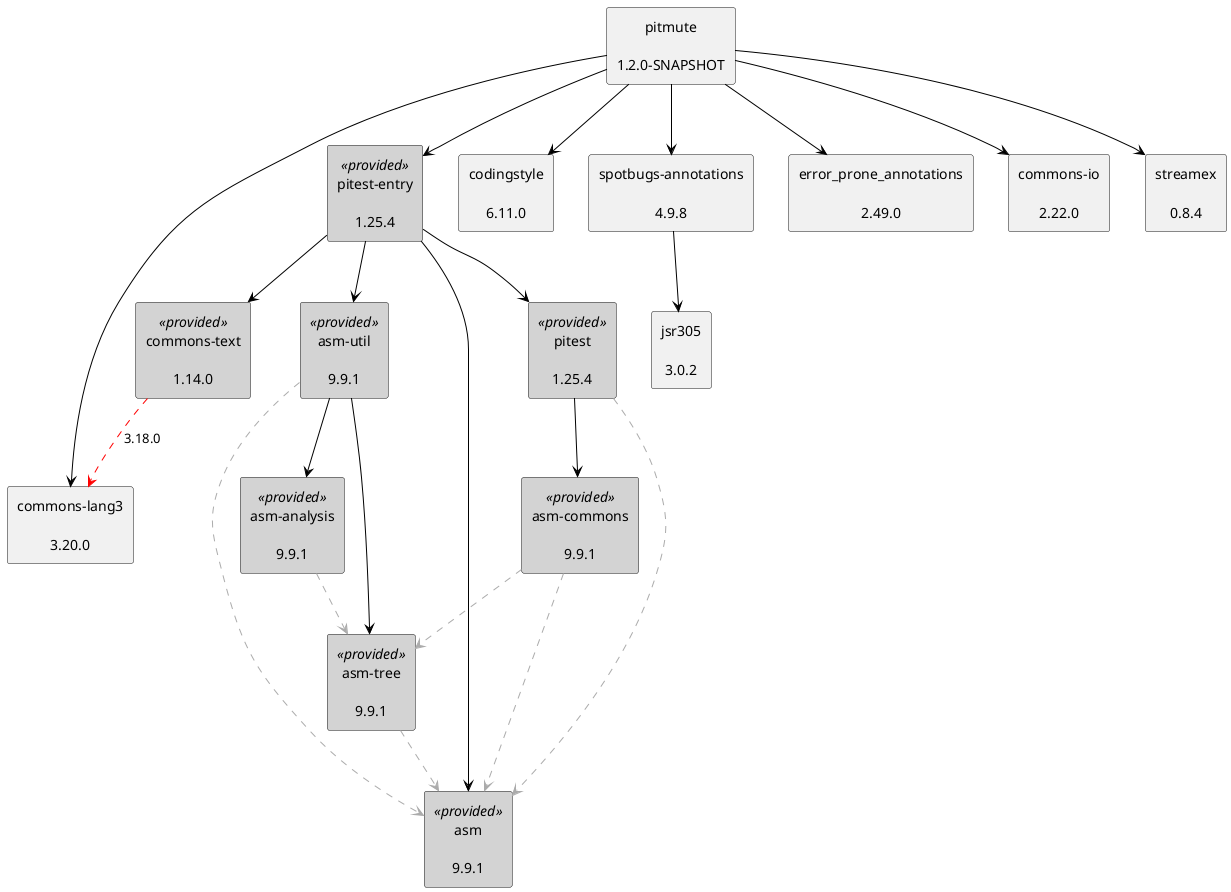
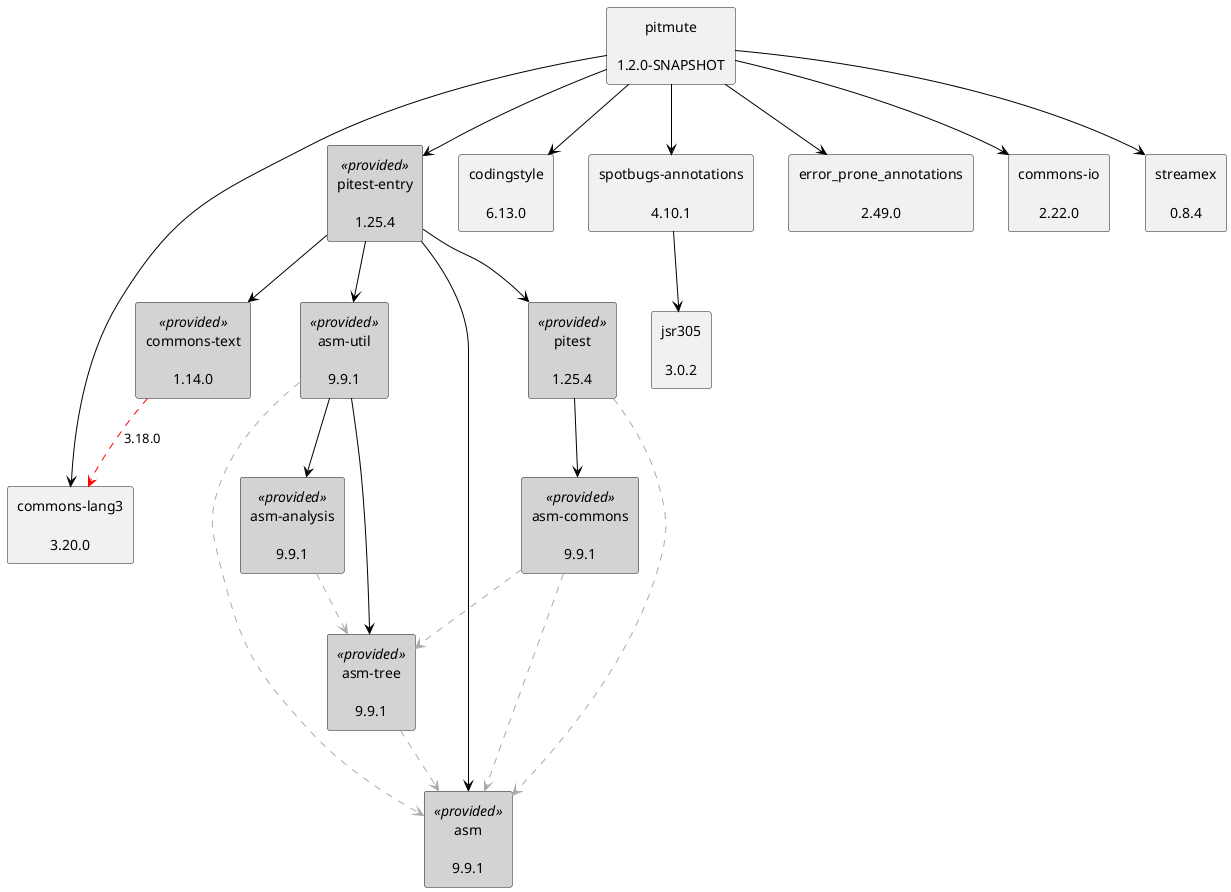
@startuml
skinparam defaultTextAlignment center
skinparam rectangle {
  BackgroundColor<<optional>> beige
  BackgroundColor<<test>> lightGreen
  BackgroundColor<<runtime>> lightBlue
  BackgroundColor<<provided>> lightGray
}
rectangle "pitest\n\n1.25.4" as org_pitest_pitest_jar<<provided>>
rectangle "asm\n\n9.9.1" as org_ow2_asm_asm_jar<<provided>>
rectangle "asm-commons\n\n9.9.1" as org_ow2_asm_asm_commons_jar<<provided>>
rectangle "asm-tree\n\n9.9.1" as org_ow2_asm_asm_tree_jar<<provided>>
rectangle "pitest-entry\n\n1.25.4" as org_pitest_pitest_entry_jar<<provided>>
rectangle "asm-util\n\n9.9.1" as org_ow2_asm_asm_util_jar<<provided>>
rectangle "asm-analysis\n\n9.9.1" as org_ow2_asm_asm_analysis_jar<<provided>>
rectangle "commons-text\n\n1.14.0" as org_apache_commons_commons_text_jar<<provided>>
rectangle "commons-lang3\n\n3.20.0" as org_apache_commons_commons_lang3_jar
rectangle "pitmute\n\n1.2.0-SNAPSHOT" as edu_hm_hafner_pitmute_jar
- rectangle "codingstyle\n\n6.11.0" as edu_hm_hafner_codingstyle_jar
- rectangle "spotbugs-annotations\n\n4.9.8" as com_github_spotbugs_spotbugs_annotations_jar
+ rectangle "codingstyle\n\n6.13.0" as edu_hm_hafner_codingstyle_jar
+ rectangle "spotbugs-annotations\n\n4.10.1" as com_github_spotbugs_spotbugs_annotations_jar
rectangle "jsr305\n\n3.0.2" as com_google_code_findbugs_jsr305_jar
rectangle "error_prone_annotations\n\n2.49.0" as com_google_errorprone_error_prone_annotations_jar
rectangle "commons-io\n\n2.22.0" as commons_io_commons_io_jar
rectangle "streamex\n\n0.8.4" as one_util_streamex_jar
org_pitest_pitest_jar .[#ABABAB].> org_ow2_asm_asm_jar
org_ow2_asm_asm_commons_jar .[#ABABAB].> org_ow2_asm_asm_jar
org_ow2_asm_asm_commons_jar .[#ABABAB].> org_ow2_asm_asm_tree_jar
org_pitest_pitest_jar -[#000000]-> org_ow2_asm_asm_commons_jar
org_pitest_pitest_entry_jar -[#000000]-> org_pitest_pitest_jar
org_pitest_pitest_entry_jar -[#000000]-> org_ow2_asm_asm_jar
org_ow2_asm_asm_util_jar .[#ABABAB].> org_ow2_asm_asm_jar
org_ow2_asm_asm_tree_jar .[#ABABAB].> org_ow2_asm_asm_jar
org_ow2_asm_asm_util_jar -[#000000]-> org_ow2_asm_asm_tree_jar
org_ow2_asm_asm_analysis_jar .[#ABABAB].> org_ow2_asm_asm_tree_jar
org_ow2_asm_asm_util_jar -[#000000]-> org_ow2_asm_asm_analysis_jar
org_pitest_pitest_entry_jar -[#000000]-> org_ow2_asm_asm_util_jar
org_apache_commons_commons_text_jar .[#FF0000].> org_apache_commons_commons_lang3_jar: 3.18.0
org_pitest_pitest_entry_jar -[#000000]-> org_apache_commons_commons_text_jar
edu_hm_hafner_pitmute_jar -[#000000]-> org_pitest_pitest_entry_jar
edu_hm_hafner_pitmute_jar -[#000000]-> edu_hm_hafner_codingstyle_jar
com_github_spotbugs_spotbugs_annotations_jar -[#000000]-> com_google_code_findbugs_jsr305_jar
edu_hm_hafner_pitmute_jar -[#000000]-> com_github_spotbugs_spotbugs_annotations_jar
edu_hm_hafner_pitmute_jar -[#000000]-> com_google_errorprone_error_prone_annotations_jar
edu_hm_hafner_pitmute_jar -[#000000]-> org_apache_commons_commons_lang3_jar
edu_hm_hafner_pitmute_jar -[#000000]-> commons_io_commons_io_jar
edu_hm_hafner_pitmute_jar -[#000000]-> one_util_streamex_jar
@enduml